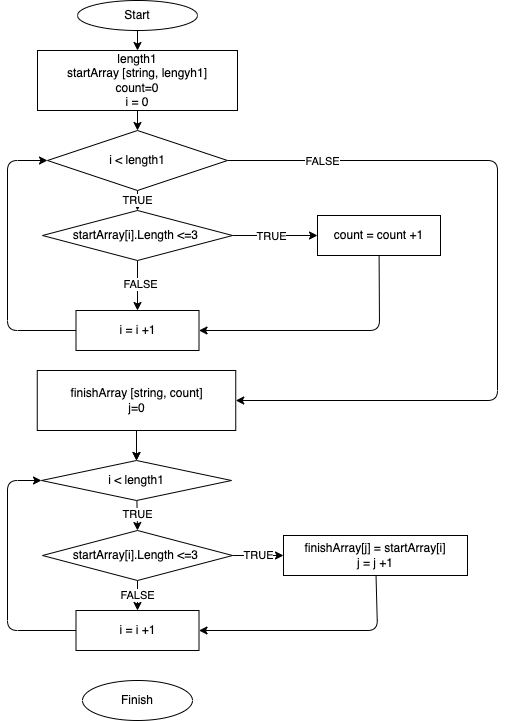
This is BlockScheme.drawio.png from afinyshka/ChoiceOfSpecialization, a draw.io export, as it was before one commit. Source tidied: cells renumbered, new cells last; positions are measured from the earlier drawing's top-left corner, leaving out a move shared by most shapes. Its diagram source:
```xml
<mxGraphModel>
  <root>
    <mxCell id="0" />
    <mxCell id="1" parent="0" />
    <mxCell id="2" style="edgeStyle=none;html=1;exitX=0.5;exitY=1;exitDx=0;exitDy=0;entryX=0.5;entryY=0;entryDx=0;entryDy=0;" parent="1" edge="1" source="3" target="5">
      <mxGeometry relative="1" as="geometry" />
    </mxCell>
    <mxCell id="3" value="Start" style="ellipse;whiteSpace=wrap;html=1;" parent="1" vertex="1">
      <mxGeometry x="70" width="120" height="30" as="geometry" />
    </mxCell>
    <mxCell id="4" style="edgeStyle=none;html=1;exitX=0.5;exitY=1;exitDx=0;exitDy=0;entryX=0.5;entryY=0;entryDx=0;entryDy=0;" parent="1" edge="1" source="5" target="9">
      <mxGeometry relative="1" as="geometry" />
    </mxCell>
    <mxCell id="5" value="length1&lt;br&gt;startArray [string, lengyh1]&lt;br&gt;count=0&lt;br&gt;i = 0" style="rounded=0;whiteSpace=wrap;html=1;" parent="1" vertex="1">
      <mxGeometry x="30" y="50" width="200" height="60" as="geometry" />
    </mxCell>
    <mxCell id="6" value="TRUE" style="edgeStyle=none;html=1;exitX=0.5;exitY=1;exitDx=0;exitDy=0;entryX=0.5;entryY=0;entryDx=0;entryDy=0;" parent="1" edge="1" source="9" target="14">
      <mxGeometry relative="1" as="geometry" />
    </mxCell>
    <mxCell id="7" style="edgeStyle=none;html=1;entryX=1;entryY=0.5;entryDx=0;entryDy=0;" parent="1" edge="1" source="9" target="21">
      <mxGeometry relative="1" as="geometry">
        <Array as="points">
          <mxPoint x="490" y="160" />
          <mxPoint x="490" y="400" />
        </Array>
      </mxGeometry>
    </mxCell>
    <mxCell id="8" value="FALSE" style="edgeLabel;html=1;align=center;verticalAlign=middle;" parent="7" vertex="1">
      <mxGeometry x="-0.76" y="-1" relative="1" as="geometry">
        <mxPoint y="-1" as="offset" />
      </mxGeometry>
    </mxCell>
    <mxCell id="9" value="i &amp;lt; length1" style="rhombus;whiteSpace=wrap;html=1;" parent="1" vertex="1">
      <mxGeometry x="40" y="130" width="180" height="60" as="geometry" />
    </mxCell>
    <mxCell id="10" style="edgeStyle=none;html=1;exitX=1;exitY=0.5;exitDx=0;exitDy=0;entryX=0;entryY=0.5;entryDx=0;entryDy=0;" parent="1" edge="1" source="14" target="16">
      <mxGeometry relative="1" as="geometry" />
    </mxCell>
    <mxCell id="11" value="TRUE" style="edgeLabel;html=1;align=center;verticalAlign=middle;" parent="10" vertex="1">
      <mxGeometry x="-0.11" y="-2" relative="1" as="geometry">
        <mxPoint y="-2" as="offset" />
      </mxGeometry>
    </mxCell>
    <mxCell id="12" style="edgeStyle=none;html=1;entryX=0.5;entryY=0;entryDx=0;entryDy=0;exitX=0.5;exitY=1;exitDx=0;exitDy=0;" parent="1" edge="1" source="14" target="18">
      <mxGeometry relative="1" as="geometry" />
    </mxCell>
    <mxCell id="13" value="FALSE" style="edgeLabel;html=1;align=center;verticalAlign=middle;" parent="12" vertex="1">
      <mxGeometry x="-0.1" y="2" relative="1" as="geometry" />
    </mxCell>
    <mxCell id="14" value="startArray[i].Length &amp;lt;=3&amp;nbsp;" style="rhombus;whiteSpace=wrap;html=1;" parent="1" vertex="1">
      <mxGeometry x="35" y="210" width="190" height="50" as="geometry" />
    </mxCell>
    <mxCell id="15" style="edgeStyle=none;html=1;entryX=1;entryY=0.5;entryDx=0;entryDy=0;" parent="1" edge="1" source="16" target="18">
      <mxGeometry relative="1" as="geometry">
        <Array as="points">
          <mxPoint x="372" y="330" />
        </Array>
      </mxGeometry>
    </mxCell>
    <mxCell id="16" value="count = count +1" style="rounded=0;whiteSpace=wrap;html=1;" parent="1" vertex="1">
      <mxGeometry x="310" y="215" width="123" height="40" as="geometry" />
    </mxCell>
    <mxCell id="17" style="edgeStyle=none;html=1;entryX=0;entryY=0.5;entryDx=0;entryDy=0;" parent="1" edge="1" source="18" target="9">
      <mxGeometry relative="1" as="geometry">
        <Array as="points">
          <mxPoint y="330" />
          <mxPoint y="160" />
        </Array>
      </mxGeometry>
    </mxCell>
    <mxCell id="18" value="i = i +1" style="rounded=0;whiteSpace=wrap;html=1;" parent="1" vertex="1">
      <mxGeometry x="68.5" y="310" width="123" height="40" as="geometry" />
    </mxCell>
    <mxCell id="19" style="edgeStyle=none;html=1;" parent="1" edge="1" source="21" target="24">
      <mxGeometry relative="1" as="geometry" />
    </mxCell>
    <mxCell id="20" style="edgeStyle=none;html=1;entryX=0.5;entryY=0;entryDx=0;entryDy=0;" parent="1" edge="1" source="21" target="24">
      <mxGeometry relative="1" as="geometry" />
    </mxCell>
    <mxCell id="21" value="finishArray [string, count]&lt;br&gt;j=0" style="rounded=0;whiteSpace=wrap;html=1;" parent="1" vertex="1">
      <mxGeometry x="29.8" y="370" width="198.5" height="60" as="geometry" />
    </mxCell>
    <mxCell id="22" style="edgeStyle=none;html=1;entryX=0.5;entryY=0;entryDx=0;entryDy=0;" parent="1" edge="1" source="24" target="29">
      <mxGeometry relative="1" as="geometry" />
    </mxCell>
    <mxCell id="23" value="TRUE" style="edgeLabel;html=1;align=center;verticalAlign=middle;" parent="22" vertex="1">
      <mxGeometry x="-0.06" relative="1" as="geometry" />
    </mxCell>
    <mxCell id="24" value="i &amp;lt; length1" style="rhombus;whiteSpace=wrap;html=1;" parent="1" vertex="1">
      <mxGeometry x="34" y="460" width="190" height="40" as="geometry" />
    </mxCell>
    <mxCell id="25" style="edgeStyle=none;html=1;entryX=1;entryY=0.5;entryDx=0;entryDy=0;" parent="1" edge="1" source="26" target="31">
      <mxGeometry relative="1" as="geometry">
        <Array as="points">
          <mxPoint x="370" y="630" />
        </Array>
      </mxGeometry>
    </mxCell>
    <mxCell id="26" value="finishArray[j] = startArray[i]&lt;br&gt;j = j +1" style="rounded=0;whiteSpace=wrap;html=1;" parent="1" vertex="1">
      <mxGeometry x="276" y="535" width="184" height="40" as="geometry" />
    </mxCell>
    <mxCell id="27" value="TRUE" style="edgeStyle=none;html=1;entryX=0;entryY=0.5;entryDx=0;entryDy=0;" parent="1" edge="1" source="29" target="26">
      <mxGeometry relative="1" as="geometry" />
    </mxCell>
    <mxCell id="28" value="FALSE" style="edgeStyle=none;html=1;entryX=0.5;entryY=0;entryDx=0;entryDy=0;" parent="1" edge="1" source="29" target="31">
      <mxGeometry relative="1" as="geometry" />
    </mxCell>
    <mxCell id="29" value="startArray[i].Length &amp;lt;=3&amp;nbsp;" style="rhombus;whiteSpace=wrap;html=1;" parent="1" vertex="1">
      <mxGeometry x="35" y="530" width="190" height="50" as="geometry" />
    </mxCell>
    <mxCell id="30" style="edgeStyle=none;html=1;entryX=0;entryY=0.5;entryDx=0;entryDy=0;" parent="1" edge="1" source="31" target="24">
      <mxGeometry relative="1" as="geometry">
        <Array as="points">
          <mxPoint y="630" />
          <mxPoint y="480" />
        </Array>
      </mxGeometry>
    </mxCell>
    <mxCell id="31" value="i = i +1" style="rounded=0;whiteSpace=wrap;html=1;" parent="1" vertex="1">
      <mxGeometry x="68.5" y="610" width="123" height="40" as="geometry" />
    </mxCell>
    <mxCell id="32" value="Finish" style="ellipse;whiteSpace=wrap;html=1;" parent="1" vertex="1">
      <mxGeometry x="75" y="680" width="110" height="40" as="geometry" />
    </mxCell>
  </root>
</mxGraphModel>
```
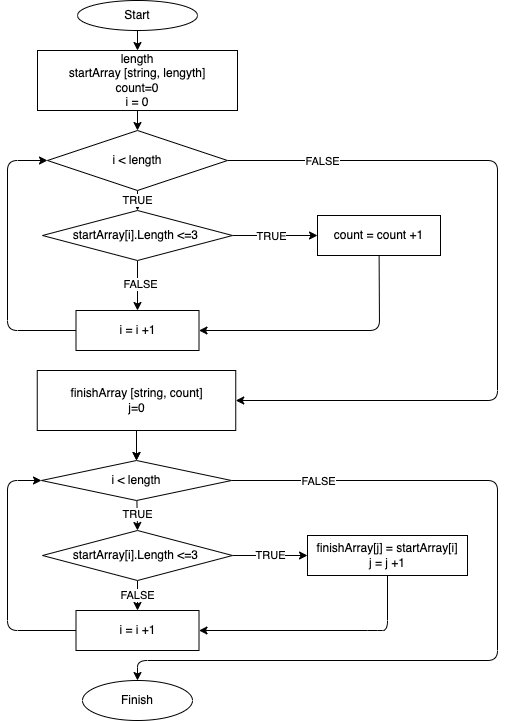
After the commit.

The edit, as a diff of the source:
```diff
@@ -11,7 +11,7 @@
     <mxCell id="4" style="edgeStyle=none;html=1;exitX=0.5;exitY=1;exitDx=0;exitDy=0;entryX=0.5;entryY=0;entryDx=0;entryDy=0;" parent="1" edge="1" source="5" target="9">
       <mxGeometry relative="1" as="geometry" />
     </mxCell>
-    <mxCell id="5" value="length1&lt;br&gt;startArray [string, lengyh1]&lt;br&gt;count=0&lt;br&gt;i = 0" style="rounded=0;whiteSpace=wrap;html=1;" parent="1" vertex="1">
+    <mxCell id="5" value="length&lt;br&gt;startArray [string, lengyth]&lt;br&gt;count=0&lt;br&gt;i = 0" style="rounded=0;whiteSpace=wrap;html=1;" parent="1" vertex="1">
       <mxGeometry x="30" y="50" width="200" height="60" as="geometry" />
     </mxCell>
     <mxCell id="6" value="TRUE" style="edgeStyle=none;html=1;exitX=0.5;exitY=1;exitDx=0;exitDy=0;entryX=0.5;entryY=0;entryDx=0;entryDy=0;" parent="1" edge="1" source="9" target="14">
@@ -30,7 +30,7 @@
         <mxPoint y="-1" as="offset" />
       </mxGeometry>
     </mxCell>
-    <mxCell id="9" value="i &amp;lt; length1" style="rhombus;whiteSpace=wrap;html=1;" parent="1" vertex="1">
+    <mxCell id="9" value="i &amp;lt; length" style="rhombus;whiteSpace=wrap;html=1;" parent="1" vertex="1">
       <mxGeometry x="40" y="130" width="180" height="60" as="geometry" />
     </mxCell>
     <mxCell id="10" style="edgeStyle=none;html=1;exitX=1;exitY=0.5;exitDx=0;exitDy=0;entryX=0;entryY=0.5;entryDx=0;entryDy=0;" parent="1" edge="1" source="14" target="16">
@@ -86,18 +86,33 @@
     <mxCell id="23" value="TRUE" style="edgeLabel;html=1;align=center;verticalAlign=middle;" parent="22" vertex="1">
       <mxGeometry x="-0.06" relative="1" as="geometry" />
     </mxCell>
+    <mxCell id="33" style="edgeStyle=none;html=1;" parent="1" edge="1" source="24" target="32">
+      <mxGeometry relative="1" as="geometry">
+        <Array as="points">
+          <mxPoint x="490" y="480" />
+          <mxPoint x="490" y="660" />
+          <mxPoint x="130" y="660" />
+        </Array>
+      </mxGeometry>
+    </mxCell>
+    <mxCell id="34" value="FALSE" style="edgeLabel;html=1;align=center;verticalAlign=middle;" parent="33" vertex="1">
+      <mxGeometry x="-0.86" y="-4" relative="1" as="geometry">
+        <mxPoint x="30" y="-4" as="offset" />
+      </mxGeometry>
+    </mxCell>
-    <mxCell id="24" value="i &amp;lt; length1" style="rhombus;whiteSpace=wrap;html=1;" parent="1" vertex="1">
+    <mxCell id="24" value="i &amp;lt; length" style="rhombus;whiteSpace=wrap;html=1;" parent="1" vertex="1">
       <mxGeometry x="34" y="460" width="190" height="40" as="geometry" />
     </mxCell>
     <mxCell id="25" style="edgeStyle=none;html=1;entryX=1;entryY=0.5;entryDx=0;entryDy=0;" parent="1" edge="1" source="26" target="31">
       <mxGeometry relative="1" as="geometry">
         <Array as="points">
+          <mxPoint x="380" y="630" />
           <mxPoint x="370" y="630" />
         </Array>
       </mxGeometry>
     </mxCell>
     <mxCell id="26" value="finishArray[j] = startArray[i]&lt;br&gt;j = j +1" style="rounded=0;whiteSpace=wrap;html=1;" parent="1" vertex="1">
-      <mxGeometry x="276" y="535" width="184" height="40" as="geometry" />
+      <mxGeometry x="300" y="535" width="160" height="40" as="geometry" />
     </mxCell>
     <mxCell id="27" value="TRUE" style="edgeStyle=none;html=1;entryX=0;entryY=0.5;entryDx=0;entryDy=0;" parent="1" edge="1" source="29" target="26">
       <mxGeometry relative="1" as="geometry" />
```
